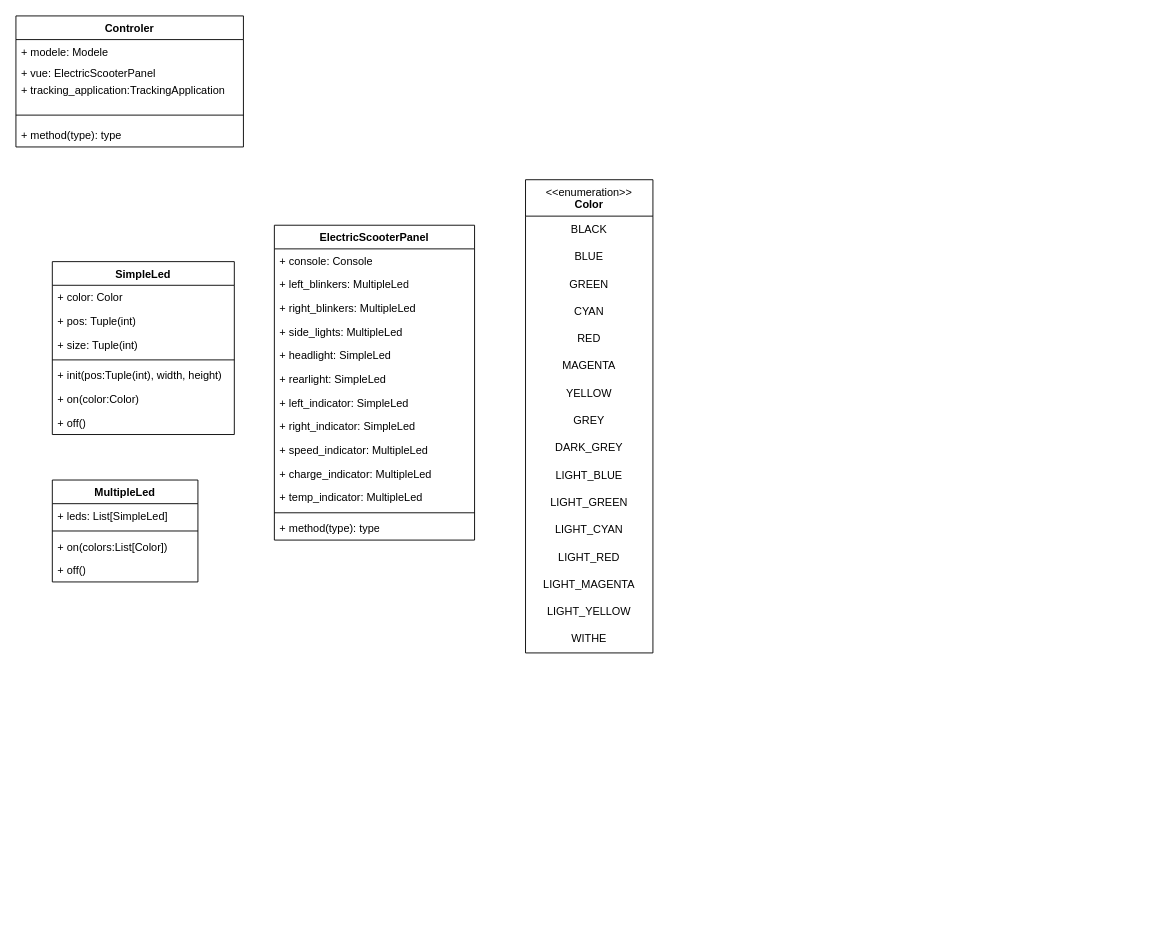
This is uml_vue.drawio from Laurent-Dumesnil/Librairie-State-Machine, a draw.io file, before an edit. Source tidied: cells renumbered, new cells numbered last; positions are measured from the earlier drawing's top-left corner, leaving out a move shared by most shapes. Both pictures are drawn from the tidied source at 91%, with x=0, y=0 at pixel (15, 15).
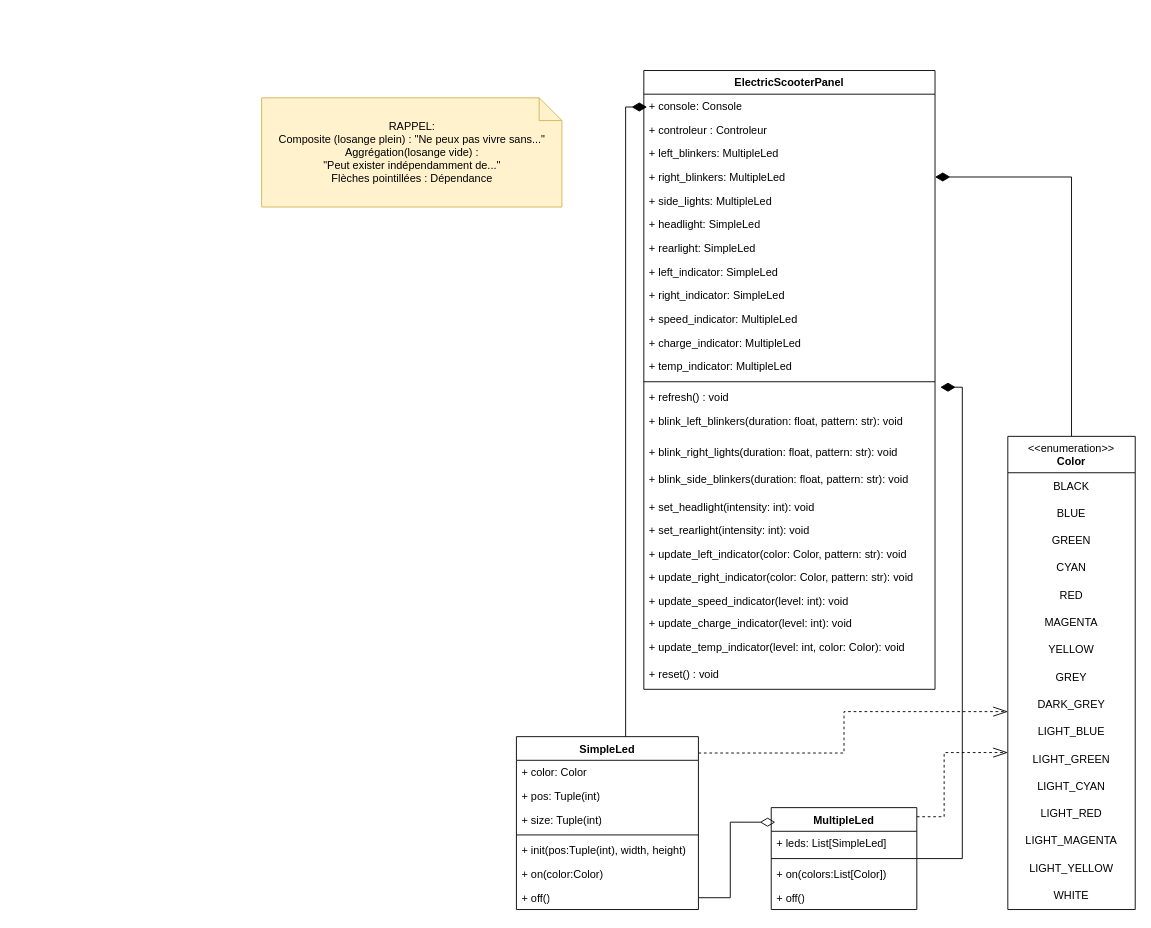
Above is the later version.

Commit message:
uml_vue retravaillé

The change refers to these unchanged cells:
```xml
<mxCell id="29" value="+ off()" style="text;strokeColor=none;fillColor=none;align=left;verticalAlign=top;spacingLeft=4;spacingRight=4;overflow=hidden;points=[[0,0.5],[1,0.5]];portConstraint=eastwest;whiteSpace=wrap;html=1;" parent="22" vertex="1">
  <mxGeometry y="164" width="200" height="26" as="geometry" />
</mxCell>
<mxCell id="39" value="DARK_GREY" style="text;html=1;whiteSpace=wrap;strokeColor=none;fillColor=none;align=center;verticalAlign=middle;rounded=0;" parent="30" vertex="1">
  <mxGeometry y="280" width="140" height="30" as="geometry" />
</mxCell>
<mxCell id="41" value="LIGHT_GREEN" style="text;html=1;whiteSpace=wrap;strokeColor=none;fillColor=none;align=center;verticalAlign=middle;rounded=0;" parent="30" vertex="1">
  <mxGeometry y="340" width="140" height="30" as="geometry" />
</mxCell>
```

Change to the diagram source:
```diff
@@
-    <mxCell id="2" value="Controler" style="swimlane;fontStyle=1;align=center;verticalAlign=top;horizontal=1;startSize=26;whiteSpace=wrap;html=1;" parent="1" vertex="1">
-      <mxGeometry width="250" height="144" as="geometry" />
-    </mxCell>
-    <mxCell id="3" value="+ modele: Modele&lt;div&gt;&lt;br&gt;&lt;/div&gt;" style="text;strokeColor=none;fillColor=none;align=left;verticalAlign=top;spacingLeft=4;spacingRight=4;overflow=hidden;whiteSpace=wrap;html=1;" parent="2" vertex="1">
-      <mxGeometry y="26" width="250" height="24" as="geometry" />
-    </mxCell>
-    <mxCell id="4" value="+ vue: ElectricScooterPanel" style="text;strokeColor=none;fillColor=none;align=left;verticalAlign=top;spacingLeft=4;spacingRight=4;overflow=hidden;whiteSpace=wrap;html=1;" parent="2" vertex="1">
-      <mxGeometry y="50" width="250" height="18" as="geometry" />
-    </mxCell>
-    <mxCell id="5" value="+ tracking_application:TrackingApplication" style="text;strokeColor=none;fillColor=none;align=left;verticalAlign=top;spacingLeft=4;spacingRight=4;overflow=hidden;whiteSpace=wrap;html=1;" parent="2" vertex="1">
-      <mxGeometry y="68" width="250" height="32" as="geometry" />
-    </mxCell>
-    <mxCell id="6" style="line;strokeWidth=1;fillColor=none;align=left;verticalAlign=middle;spacingTop=-1;spacingLeft=3;spacingRight=3;labelPosition=right;strokeColor=inherit;" parent="2" vertex="1">
-      <mxGeometry y="100" width="250" height="18" as="geometry" />
-    </mxCell>
-    <mxCell id="7" value="+ method(type): type" style="text;strokeColor=none;fillColor=none;align=left;verticalAlign=top;spacingLeft=4;spacingRight=4;overflow=hidden;whiteSpace=wrap;html=1;" parent="2" vertex="1">
-      <mxGeometry y="118" width="250" height="26" as="geometry" />
-    </mxCell>
     <mxCell id="8" value="ElectricScooterPanel" style="swimlane;fontStyle=1;align=center;verticalAlign=top;horizontal=1;startSize=26;whiteSpace=wrap;html=1;" parent="1" vertex="1">
-      <mxGeometry x="284" y="230" width="220" height="346" as="geometry" />
+      <mxGeometry x="690" y="60" width="320" height="680" as="geometry" />
     </mxCell>
     <mxCell id="9" value="+ console: Console" style="text;strokeColor=none;fillColor=none;align=left;verticalAlign=top;spacingLeft=4;spacingRight=4;overflow=hidden;whiteSpace=wrap;html=1;" parent="8" vertex="1">
-      <mxGeometry y="26" width="220" height="26" as="geometry" />
+      <mxGeometry y="26" width="320" height="26" as="geometry" />
     </mxCell>
+    <mxCell id="52" value="+ controleur : Controleur" style="text;strokeColor=none;fillColor=none;align=left;verticalAlign=top;spacingLeft=4;spacingRight=4;overflow=hidden;whiteSpace=wrap;html=1;" parent="8" vertex="1">
+      <mxGeometry y="52" width="320" height="26" as="geometry" />
+    </mxCell>
     <mxCell id="10" value="+ left_blinkers: MultipleLed" style="text;strokeColor=none;fillColor=none;align=left;verticalAlign=top;spacingLeft=4;spacingRight=4;overflow=hidden;whiteSpace=wrap;html=1;" parent="8" vertex="1">
-      <mxGeometry y="52" width="220" height="26" as="geometry" />
+      <mxGeometry y="78" width="320" height="26" as="geometry" />
     </mxCell>
     <mxCell id="11" value="+ right_blinkers: MultipleLed" style="text;strokeColor=none;fillColor=none;align=left;verticalAlign=top;spacingLeft=4;spacingRight=4;overflow=hidden;points=[[0,0.5],[1,0.5]];portConstraint=eastwest;whiteSpace=wrap;html=1;" parent="8" vertex="1">
-      <mxGeometry y="78" width="220" height="26" as="geometry" />
+      <mxGeometry y="104" width="320" height="26" as="geometry" />
     </mxCell>
     <mxCell id="12" value="+ side_lights: MultipleLed" style="text;strokeColor=none;fillColor=none;align=left;verticalAlign=top;spacingLeft=4;spacingRight=4;overflow=hidden;whiteSpace=wrap;html=1;" parent="8" vertex="1">
-      <mxGeometry y="104" width="220" height="26" as="geometry" />
+      <mxGeometry y="130" width="320" height="26" as="geometry" />
     </mxCell>
     <mxCell id="13" value="+ headlight: SimpleLed" style="text;strokeColor=none;fillColor=none;align=left;verticalAlign=top;spacingLeft=4;spacingRight=4;overflow=hidden;whiteSpace=wrap;html=1;" parent="8" vertex="1">
-      <mxGeometry y="130" width="220" height="26" as="geometry" />
+      <mxGeometry y="156" width="320" height="26" as="geometry" />
     </mxCell>
     <mxCell id="14" value="+ rearlight: SimpleLed&lt;div&gt;&lt;br&gt;&lt;/div&gt;" style="text;strokeColor=none;fillColor=none;align=left;verticalAlign=top;spacingLeft=4;spacingRight=4;overflow=hidden;whiteSpace=wrap;html=1;" parent="8" vertex="1">
-      <mxGeometry y="156" width="220" height="26" as="geometry" />
+      <mxGeometry y="182" width="320" height="26" as="geometry" />
     </mxCell>
     <mxCell id="15" value="+ left_indicator: SimpleLed&lt;div&gt;&lt;br&gt;&lt;/div&gt;" style="text;strokeColor=none;fillColor=none;align=left;verticalAlign=top;spacingLeft=4;spacingRight=4;overflow=hidden;whiteSpace=wrap;html=1;" parent="8" vertex="1">
-      <mxGeometry y="182" width="220" height="26" as="geometry" />
+      <mxGeometry y="208" width="320" height="26" as="geometry" />
     </mxCell>
     <mxCell id="16" value="+ right_indicator: SimpleLed&lt;div&gt;&lt;br&gt;&lt;/div&gt;" style="text;strokeColor=none;fillColor=none;align=left;verticalAlign=top;spacingLeft=4;spacingRight=4;overflow=hidden;whiteSpace=wrap;html=1;" parent="8" vertex="1">
-      <mxGeometry y="208" width="220" height="26" as="geometry" />
+      <mxGeometry y="234" width="320" height="26" as="geometry" />
     </mxCell>
     <mxCell id="17" value="+ speed_indicator: MultipleLed&lt;div&gt;&lt;br&gt;&lt;/div&gt;" style="text;strokeColor=none;fillColor=none;align=left;verticalAlign=top;spacingLeft=4;spacingRight=4;overflow=hidden;whiteSpace=wrap;html=1;" parent="8" vertex="1">
-      <mxGeometry y="234" width="220" height="26" as="geometry" />
+      <mxGeometry y="260" width="320" height="26" as="geometry" />
     </mxCell>
     <mxCell id="18" value="+ charge_indicator: MultipleLed&lt;div&gt;&lt;br&gt;&lt;/div&gt;" style="text;strokeColor=none;fillColor=none;align=left;verticalAlign=top;spacingLeft=4;spacingRight=4;overflow=hidden;whiteSpace=wrap;html=1;" parent="8" vertex="1">
-      <mxGeometry y="260" width="220" height="26" as="geometry" />
+      <mxGeometry y="286" width="320" height="26" as="geometry" />
     </mxCell>
     <mxCell id="19" value="+ temp_indicator: MultipleLed&lt;div&gt;&lt;br&gt;&lt;/div&gt;" style="text;strokeColor=none;fillColor=none;align=left;verticalAlign=top;spacingLeft=4;spacingRight=4;overflow=hidden;whiteSpace=wrap;html=1;" parent="8" vertex="1">
-      <mxGeometry y="286" width="220" height="26" as="geometry" />
+      <mxGeometry y="312" width="320" height="26" as="geometry" />
     </mxCell>
-    <mxCell id="20" style="line;strokeWidth=1;fillColor=none;align=left;verticalAlign=middle;spacingTop=-1;spacingLeft=3;spacingRight=3;labelPosition=right;strokeColor=inherit;" parent="8" vertex="1">
-      <mxGeometry y="312" width="220" height="8" as="geometry" />
-    </mxCell>
-    <mxCell id="21" value="+ method(type): type" style="text;strokeColor=none;fillColor=none;align=left;verticalAlign=top;spacingLeft=4;spacingRight=4;overflow=hidden;whiteSpace=wrap;html=1;" parent="8" vertex="1">
-      <mxGeometry y="320" width="220" height="26" as="geometry" />
-    </mxCell>
+    <mxCell id="53" style="line;strokeWidth=1;fillColor=none;align=left;verticalAlign=middle;spacingTop=-1;spacingLeft=3;spacingRight=3;labelPosition=right;strokeColor=inherit;" parent="8" vertex="1">
+      <mxGeometry y="338" width="320" height="8" as="geometry" />
+    </mxCell>
+    <mxCell id="54" value="+&amp;nbsp;&lt;span style=&quot;white-space: pre-wrap; background-color: transparent; color: light-dark(rgb(0, 0, 0), rgb(255, 255, 255));&quot;&gt;refresh() : void&lt;/span&gt;" style="text;strokeColor=none;fillColor=none;align=left;verticalAlign=top;spacingLeft=4;spacingRight=4;overflow=hidden;points=[[0,0.5],[1,0.5]];portConstraint=eastwest;whiteSpace=wrap;html=1;" parent="8" vertex="1">
+      <mxGeometry y="346" width="320" height="26" as="geometry" />
+    </mxCell>
+    <mxCell id="55" value="+&amp;nbsp;&lt;span style=&quot;white-space: pre-wrap; background-color: transparent; color: light-dark(rgb(0, 0, 0), rgb(255, 255, 255));&quot;&gt;blink_left_blinkers(duration: float, pattern: str)&lt;/span&gt;&lt;span style=&quot;background-color: transparent; color: light-dark(rgb(0, 0, 0), rgb(255, 255, 255));&quot;&gt;: void&lt;/span&gt;" style="text;strokeColor=none;fillColor=none;align=left;verticalAlign=top;spacingLeft=4;spacingRight=4;overflow=hidden;whiteSpace=wrap;html=1;" parent="8" vertex="1">
+      <mxGeometry y="372" width="320" height="34" as="geometry" />
+    </mxCell>
+    <mxCell id="56" value="+&amp;nbsp;&lt;span style=&quot;white-space: pre-wrap; background-color: transparent; color: light-dark(rgb(0, 0, 0), rgb(255, 255, 255));&quot;&gt;blink_right&lt;/span&gt;&lt;span style=&quot;background-color: transparent; color: light-dark(rgb(0, 0, 0), rgb(255, 255, 255)); white-space: pre-wrap;&quot;&gt;_lights(duration: float, pattern: str)&lt;/span&gt;&lt;span style=&quot;background-color: transparent; color: light-dark(rgb(0, 0, 0), rgb(255, 255, 255));&quot;&gt;: void&lt;/span&gt;" style="text;strokeColor=none;fillColor=none;align=left;verticalAlign=top;spacingLeft=4;spacingRight=4;overflow=hidden;whiteSpace=wrap;html=1;" parent="8" vertex="1">
+      <mxGeometry y="406" width="320" height="30" as="geometry" />
+    </mxCell>
+    <mxCell id="57" value="+&amp;nbsp;&lt;span style=&quot;white-space: pre-wrap; background-color: transparent; color: light-dark(rgb(0, 0, 0), rgb(255, 255, 255));&quot;&gt;blink_side_blinkers(duration: float, pattern: str)&lt;/span&gt;&lt;span style=&quot;background-color: transparent; color: light-dark(rgb(0, 0, 0), rgb(255, 255, 255));&quot;&gt;: void&lt;/span&gt;" style="text;strokeColor=none;fillColor=none;align=left;verticalAlign=top;spacingLeft=4;spacingRight=4;overflow=hidden;whiteSpace=wrap;html=1;" parent="8" vertex="1">
+      <mxGeometry y="436" width="320" height="30" as="geometry" />
+    </mxCell>
+    <mxCell id="58" value="+&amp;nbsp;&lt;span style=&quot;white-space: pre-wrap; background-color: transparent; color: light-dark(rgb(0, 0, 0), rgb(255, 255, 255));&quot;&gt;set_headlight(intensity: int)&lt;/span&gt;&lt;span style=&quot;background-color: transparent; color: light-dark(rgb(0, 0, 0), rgb(255, 255, 255));&quot;&gt;: void&lt;/span&gt;" style="text;strokeColor=none;fillColor=none;align=left;verticalAlign=top;spacingLeft=4;spacingRight=4;overflow=hidden;whiteSpace=wrap;html=1;" parent="8" vertex="1">
+      <mxGeometry y="466" width="320" height="26" as="geometry" />
+    </mxCell>
+    <mxCell id="59" value="+&amp;nbsp;&lt;span style=&quot;white-space: pre-wrap; background-color: transparent; color: light-dark(rgb(0, 0, 0), rgb(255, 255, 255));&quot;&gt;set_rearlight(intensity: int)&lt;/span&gt;&lt;span style=&quot;background-color: transparent; color: light-dark(rgb(0, 0, 0), rgb(255, 255, 255));&quot;&gt;: void&lt;/span&gt;" style="text;strokeColor=none;fillColor=none;align=left;verticalAlign=top;spacingLeft=4;spacingRight=4;overflow=hidden;whiteSpace=wrap;html=1;" parent="8" vertex="1">
+      <mxGeometry y="492" width="320" height="26" as="geometry" />
+    </mxCell>
+    <mxCell id="60" value="+&amp;nbsp;&lt;span style=&quot;white-space: pre-wrap; background-color: transparent; color: light-dark(rgb(0, 0, 0), rgb(255, 255, 255));&quot;&gt;update_left_indicator(color: Color, pattern: str)&lt;/span&gt;&lt;span style=&quot;background-color: transparent; color: light-dark(rgb(0, 0, 0), rgb(255, 255, 255));&quot;&gt;: void&lt;/span&gt;" style="text;strokeColor=none;fillColor=none;align=left;verticalAlign=top;spacingLeft=4;spacingRight=4;overflow=hidden;whiteSpace=wrap;html=1;" parent="8" vertex="1">
+      <mxGeometry y="518" width="320" height="26" as="geometry" />
+    </mxCell>
+    <mxCell id="61" value="+&amp;nbsp;&lt;span style=&quot;white-space: pre-wrap; background-color: transparent; color: light-dark(rgb(0, 0, 0), rgb(255, 255, 255));&quot;&gt;update_right_indicator(color: Color, pattern: str)&lt;/span&gt;&lt;span style=&quot;background-color: transparent; color: light-dark(rgb(0, 0, 0), rgb(255, 255, 255));&quot;&gt;: void&lt;/span&gt;" style="text;strokeColor=none;fillColor=none;align=left;verticalAlign=top;spacingLeft=4;spacingRight=4;overflow=hidden;whiteSpace=wrap;html=1;" parent="8" vertex="1">
+      <mxGeometry y="544" width="320" height="26" as="geometry" />
+    </mxCell>
+    <mxCell id="62" value="+&amp;nbsp;&lt;span style=&quot;white-space: pre-wrap; background-color: transparent; color: light-dark(rgb(0, 0, 0), rgb(255, 255, 255));&quot;&gt;update_speed_indicator(level: int)&lt;/span&gt;&lt;span style=&quot;background-color: transparent; color: light-dark(rgb(0, 0, 0), rgb(255, 255, 255));&quot;&gt;: void&lt;/span&gt;" style="text;strokeColor=none;fillColor=none;align=left;verticalAlign=top;spacingLeft=4;spacingRight=4;overflow=hidden;whiteSpace=wrap;html=1;" parent="8" vertex="1">
+      <mxGeometry y="570" width="320" height="24" as="geometry" />
+    </mxCell>
+    <mxCell id="63" value="+&amp;nbsp;&lt;span style=&quot;white-space: pre-wrap; background-color: transparent; color: light-dark(rgb(0, 0, 0), rgb(255, 255, 255));&quot;&gt;update_charge_indicator(level: int)&lt;/span&gt;&lt;span style=&quot;background-color: transparent; color: light-dark(rgb(0, 0, 0), rgb(255, 255, 255));&quot;&gt;: void&lt;/span&gt;" style="text;strokeColor=none;fillColor=none;align=left;verticalAlign=top;spacingLeft=4;spacingRight=4;overflow=hidden;whiteSpace=wrap;html=1;" parent="8" vertex="1">
+      <mxGeometry y="594" width="320" height="26" as="geometry" />
+    </mxCell>
+    <mxCell id="64" value="+&amp;nbsp;&lt;span style=&quot;white-space: pre-wrap; background-color: transparent; color: light-dark(rgb(0, 0, 0), rgb(255, 255, 255));&quot;&gt;update_temp_indicator(level: int, color: Color)&lt;/span&gt;&lt;span style=&quot;background-color: transparent; color: light-dark(rgb(0, 0, 0), rgb(255, 255, 255));&quot;&gt;: void&lt;/span&gt;" style="text;strokeColor=none;fillColor=none;align=left;verticalAlign=top;spacingLeft=4;spacingRight=4;overflow=hidden;whiteSpace=wrap;html=1;" parent="8" vertex="1">
+      <mxGeometry y="620" width="320" height="30" as="geometry" />
+    </mxCell>
+    <mxCell id="65" value="+ reset() : void" style="text;strokeColor=none;fillColor=none;align=left;verticalAlign=top;spacingLeft=4;spacingRight=4;overflow=hidden;whiteSpace=wrap;html=1;" parent="8" vertex="1">
+      <mxGeometry y="650" width="320" height="30" as="geometry" />
+    </mxCell>
+    <mxCell id="66" style="edgeStyle=orthogonalEdgeStyle;rounded=0;jettySize=auto;html=1;entryX=0;entryY=0.75;entryDx=0;entryDy=0;dashed=1;endSize=14;endArrow=openThin;endFill=0;" parent="1" edge="1" source="22" target="39">
+      <mxGeometry relative="1" as="geometry">
+        <Array as="points">
+          <mxPoint x="910" y="810" />
+          <mxPoint x="910" y="765" />
+        </Array>
+      </mxGeometry>
+    </mxCell>
     <mxCell id="22" value="SimpleLed" style="swimlane;fontStyle=1;align=center;verticalAlign=top;horizontal=1;startSize=26;whiteSpace=wrap;html=1;" parent="1" vertex="1">
-      <mxGeometry x="40" y="270" width="200" height="190" as="geometry" />
+      <mxGeometry x="550" y="792" width="200" height="190" as="geometry" />
     </mxCell>
@@
+    <mxCell id="67" style="edgeStyle=orthogonalEdgeStyle;rounded=0;jettySize=auto;html=1;exitX=0.5;exitY=0;exitDx=0;exitDy=0;entryX=1;entryY=0.5;entryDx=0;entryDy=0;endArrow=diamondThin;endFill=1;endSize=14;" parent="1" edge="1" source="30" target="11">
+      <mxGeometry relative="1" as="geometry" />
+    </mxCell>
     <mxCell id="30" value="&amp;lt;&amp;lt;enumeration&amp;gt;&amp;gt;&lt;br&gt;&lt;b&gt;Color&lt;/b&gt;" style="swimlane;fontStyle=0;align=center;verticalAlign=top;horizontal=1;startSize=40;html=1;whiteSpace=wrap;" parent="1" vertex="1">
-      <mxGeometry x="560" y="180" width="140" height="520" as="geometry" />
+      <mxGeometry x="1090" y="462" width="140" height="520" as="geometry" />
     </mxCell>
@@
-    <mxCell id="46" value="WITHE" style="text;html=1;whiteSpace=wrap;strokeColor=none;fillColor=none;align=center;verticalAlign=middle;rounded=0;" parent="30" vertex="1">
-      <mxGeometry y="490" width="140" height="30" as="geometry" />
-    </mxCell>
+    <mxCell id="68" value="WHITE" style="text;html=1;whiteSpace=wrap;strokeColor=none;fillColor=none;align=center;verticalAlign=middle;rounded=0;" parent="30" vertex="1">
+      <mxGeometry y="490" width="140" height="30" as="geometry" />
+    </mxCell>
+    <mxCell id="69" style="edgeStyle=orthogonalEdgeStyle;rounded=0;jettySize=auto;html=1;entryX=0;entryY=0.25;entryDx=0;entryDy=0;dashed=1;endSize=14;endArrow=openThin;endFill=0;" parent="1" edge="1" source="47" target="41">
+      <mxGeometry relative="1" as="geometry">
+        <Array as="points">
+          <mxPoint x="1020" y="880" />
+          <mxPoint x="1020" y="810" />
+        </Array>
+      </mxGeometry>
+    </mxCell>
     <mxCell id="47" value="MultipleLed" style="swimlane;fontStyle=1;align=center;verticalAlign=top;horizontal=1;startSize=26;whiteSpace=wrap;html=1;" parent="1" vertex="1">
-      <mxGeometry x="40" y="510" width="160" height="112" as="geometry" />
+      <mxGeometry x="830" y="870" width="160" height="112" as="geometry" />
     </mxCell>
@@
+    <mxCell id="70" style="edgeStyle=orthogonalEdgeStyle;rounded=0;jettySize=auto;html=1;entryX=0.011;entryY=0.059;entryDx=0;entryDy=0;entryPerimeter=0;endArrow=diamondThin;endFill=1;endSize=14;" parent="1" edge="1" source="22" target="8">
+      <mxGeometry relative="1" as="geometry">
+        <Array as="points">
+          <mxPoint x="670" y="100" />
+        </Array>
+      </mxGeometry>
+    </mxCell>
+    <mxCell id="71" style="edgeStyle=orthogonalEdgeStyle;rounded=0;jettySize=auto;html=1;entryX=1.018;entryY=0.077;entryDx=0;entryDy=0;entryPerimeter=0;endArrow=diamondThin;endFill=1;endSize=14;" parent="1" edge="1" source="47" target="54">
+      <mxGeometry relative="1" as="geometry">
+        <Array as="points">
+          <mxPoint x="1040" y="926" />
+          <mxPoint x="1040" y="408" />
+        </Array>
+      </mxGeometry>
+    </mxCell>
+    <mxCell id="72" style="edgeStyle=orthogonalEdgeStyle;rounded=0;jettySize=auto;html=1;exitX=1;exitY=0.5;exitDx=0;exitDy=0;entryX=0.028;entryY=0.143;entryDx=0;entryDy=0;entryPerimeter=0;endSize=14;endArrow=diamondThin;endFill=0;" parent="1" edge="1" source="29" target="47">
+      <mxGeometry relative="1" as="geometry">
+        <Array as="points">
+          <mxPoint x="785" y="969" />
+          <mxPoint x="785" y="886" />
+        </Array>
+      </mxGeometry>
+    </mxCell>
+    <mxCell id="73" value="RAPPEL:&lt;br&gt;Composite (losange plein) : &quot;Ne peux pas vivre sans...&quot;&lt;br&gt;Aggrégation(losange vide) : &lt;br&gt;&quot;Peut exister indépendamment de...&quot;&lt;br&gt;Flèches pointillées : Dépendance" style="shape=note2;size=25;html=1;fillColor=#fff2cc;strokeColor=#d6b656;" parent="1" vertex="1">
+      <mxGeometry x="270" y="90" width="330" height="120" as="geometry" />
+    </mxCell>
```
